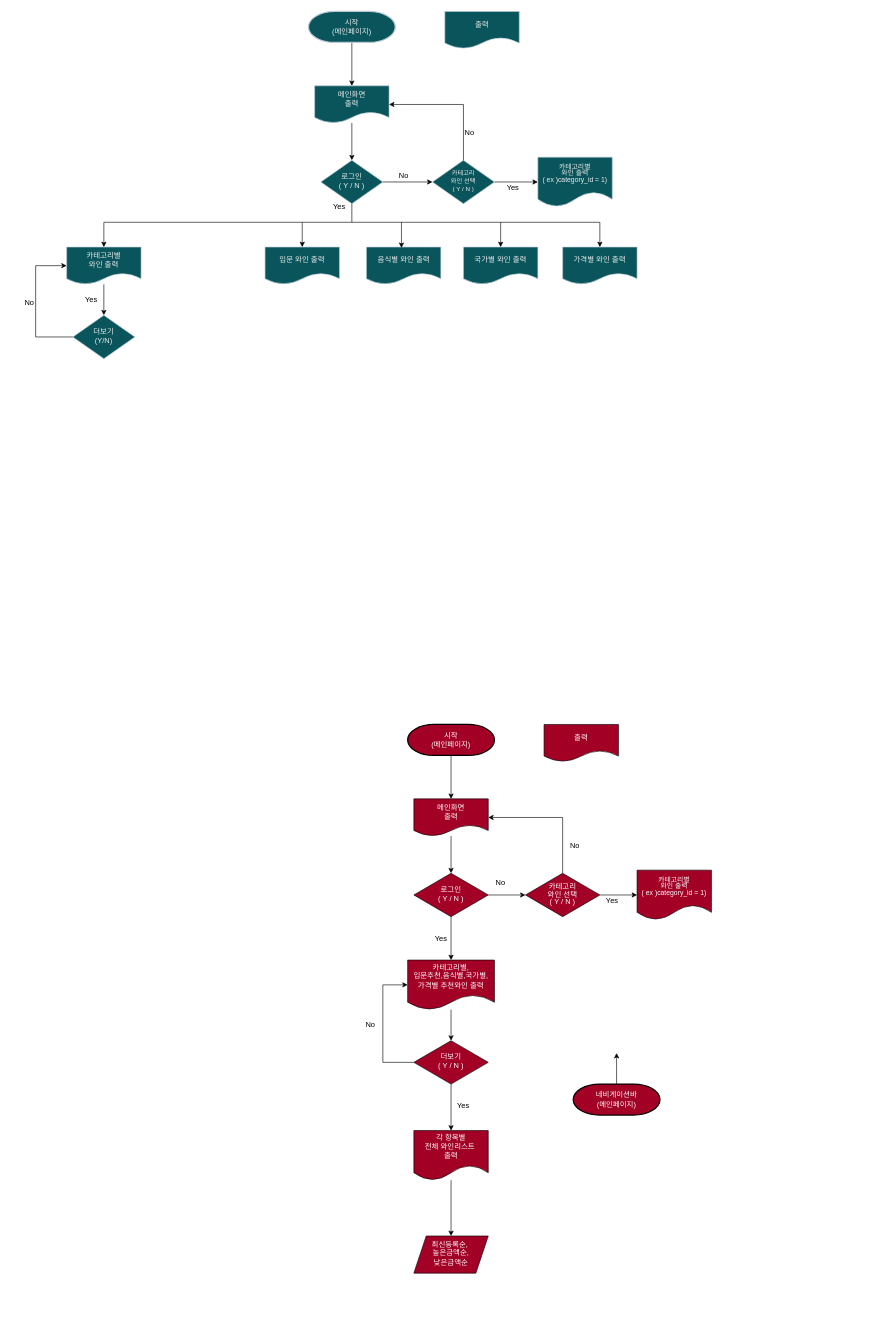
This is 제목 없는 다이어그램.drawio from JungWooojin/Winey, a draw.io file, before an edit. Source tidied: cells renumbered, new cells numbered last; positions are measured from the earlier drawing's top-left corner, leaving out a move shared by most shapes. Both pictures are drawn from the tidied source at 62%, with x=0, y=0 at pixel (11, 11).
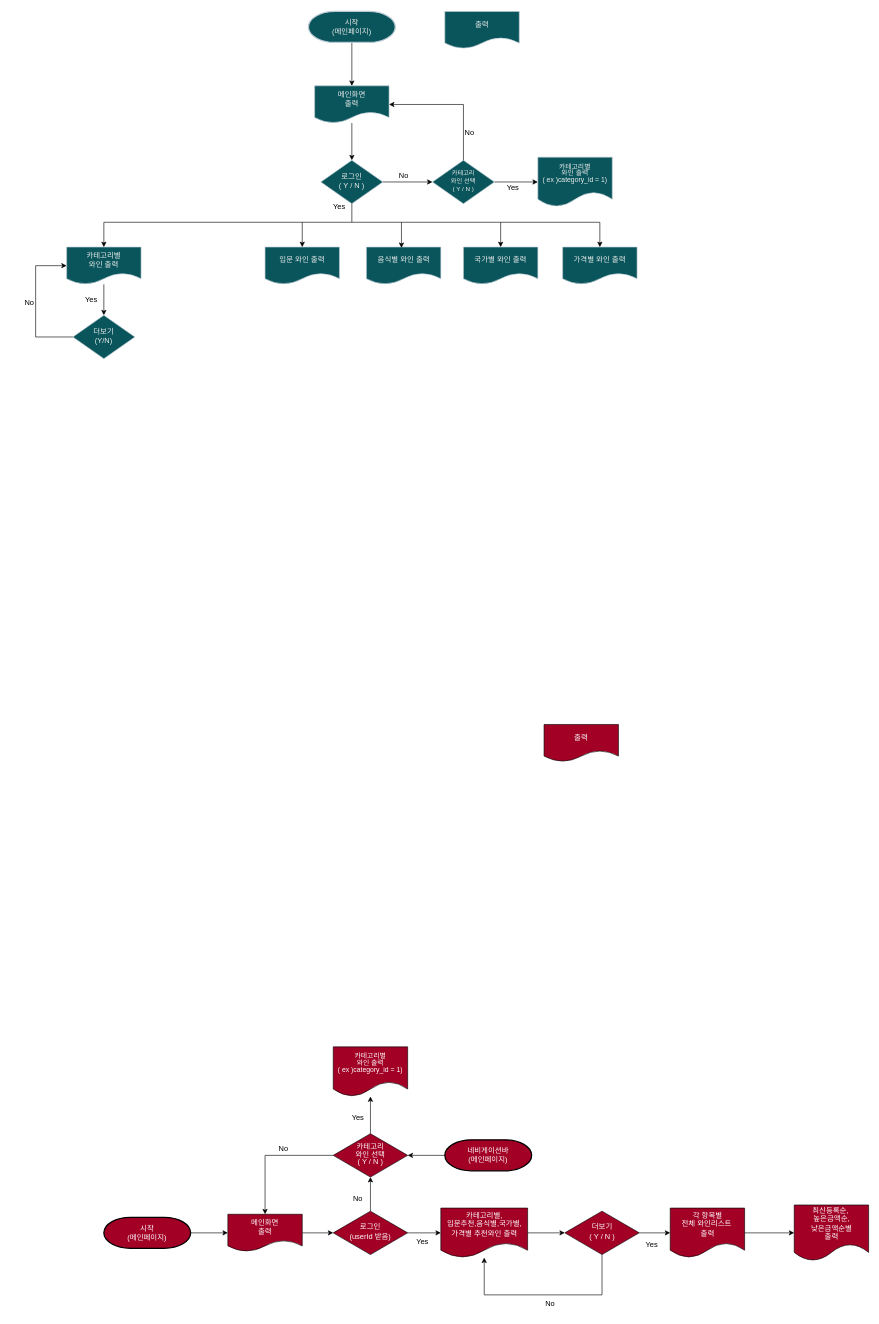
The same diagram, later.

Commit message:
제목 없는 다이어그램.drawio 업데이트

Change to the diagram source:
```diff
@@
-    <mxCell id="34" value="로그인&lt;br&gt;( Y / N )" style="rhombus;whiteSpace=wrap;html=1;shadow=0;fontFamily=Helvetica;fontSize=12;align=center;strokeWidth=1;spacing=6;spacingTop=-4;labelBackgroundColor=none;rounded=0;fillColor=#a20025;strokeColor=default;fontColor=#ffffff;" parent="1" vertex="1">
-      <mxGeometry x="650" y="1390" width="120" height="70" as="geometry" />
+    <mxCell id="34" value="로그인&lt;br&gt;(userId 받음)" style="rhombus;whiteSpace=wrap;html=1;shadow=0;fontFamily=Helvetica;fontSize=12;align=center;strokeWidth=1;spacing=6;spacingTop=-4;labelBackgroundColor=none;rounded=0;fillColor=#a20025;strokeColor=default;fontColor=#ffffff;" parent="1" vertex="1">
+      <mxGeometry x="520" y="1935" width="120" height="70" as="geometry" />
     </mxCell>
@@
     <mxCell id="36" value="시작&lt;br&gt;(메인페이지)" style="strokeWidth=2;html=1;shape=mxgraph.flowchart.terminator;whiteSpace=wrap;strokeColor=default;fillColor=#a20025;fontColor=#ffffff;" parent="1" vertex="1">
-      <mxGeometry x="640" y="1150" width="140" height="50" as="geometry" />
+      <mxGeometry x="150" y="1945" width="140" height="50" as="geometry" />
     </mxCell>
@@
     <mxCell id="39" value="&lt;p style=&quot;line-height: 100%;&quot;&gt;&lt;font style=&quot;font-size: 12px;&quot;&gt;카테고리&lt;br&gt;와인 선택&lt;br&gt;( Y / N )&lt;/font&gt;&lt;/p&gt;" style="rhombus;whiteSpace=wrap;html=1;shadow=0;fontFamily=Helvetica;fontSize=12;align=center;strokeWidth=1;spacing=6;spacingTop=-4;labelBackgroundColor=none;rounded=0;fillColor=#a20025;strokeColor=default;fontColor=#ffffff;" parent="1" vertex="1">
-      <mxGeometry x="830" y="1390" width="120" height="70" as="geometry" />
+      <mxGeometry x="520" y="1810" width="120" height="70" as="geometry" />
     </mxCell>
@@
     <mxCell id="41" value="메인화면&lt;br&gt;출력" style="shape=document;whiteSpace=wrap;html=1;boundedLbl=1;strokeColor=default;fillColor=#a20025;fontColor=#ffffff;" parent="1" vertex="1">
-      <mxGeometry x="650" y="1270" width="120" height="60" as="geometry" />
+      <mxGeometry x="350" y="1940" width="120" height="60" as="geometry" />
     </mxCell>
     <mxCell id="42" value="&lt;p style=&quot;line-height: 100%; font-size: 11px;&quot;&gt;카테고리별&lt;br&gt;와인 출력&lt;br&gt;( ex )category_id = 1)&lt;br&gt;&lt;/p&gt;" style="shape=document;whiteSpace=wrap;html=1;boundedLbl=1;fillColor=#a20025;strokeColor=default;shadow=0;strokeWidth=1;spacing=6;spacingTop=-4;labelBackgroundColor=none;rounded=0;fontColor=#ffffff;" parent="1" vertex="1">
-      <mxGeometry x="1010" y="1385" width="120" height="80" as="geometry" />
+      <mxGeometry x="520" y="1670" width="120" height="80" as="geometry" />
     </mxCell>
-    <mxCell id="43" style="endArrow=classic;html=1;rounded=0;exitX=0.5;exitY=0;exitDx=0;exitDy=0;entryX=1;entryY=0.5;entryDx=0;entryDy=0;fillColor=#a20025;strokeColor=default;" parent="1" edge="1" source="39" target="41">
+    <mxCell id="43" style="endArrow=classic;html=1;rounded=0;exitX=0;exitY=0.5;exitDx=0;exitDy=0;fillColor=#a20025;strokeColor=default;" parent="1" edge="1" source="39" target="41">
       <mxGeometry relative="1" as="geometry">
         <Array as="points">
-          <mxPoint x="890" y="1300" />
+          <mxPoint x="410" y="1845" />
         </Array>
       </mxGeometry>
     </mxCell>
     <mxCell id="44" value="&lt;font color=&quot;#000000&quot;&gt;No&lt;/font&gt;" style="text;html=1;strokeColor=none;fillColor=none;align=center;verticalAlign=middle;whiteSpace=wrap;rounded=0;fontColor=#ffffff;" parent="1" vertex="1">
-      <mxGeometry x="880" y="1330" width="60" height="30" as="geometry" />
+      <mxGeometry x="530" y="1900" width="60" height="30" as="geometry" />
     </mxCell>
     <mxCell id="45" value="Yes" style="text;html=1;strokeColor=none;fillColor=none;align=center;verticalAlign=middle;whiteSpace=wrap;rounded=0;fontColor=#000000;" parent="1" vertex="1">
-      <mxGeometry x="940" y="1420" width="60" height="30" as="geometry" />
+      <mxGeometry x="1003.5" y="1975" width="60" height="30" as="geometry" />
     </mxCell>
@@
     <mxCell id="47" value="카테고리별,&lt;br&gt;입문추천,음식별,국가별,가격별 추천와인 출력" style="shape=document;whiteSpace=wrap;html=1;boundedLbl=1;fillColor=#a20025;strokeColor=default;shadow=0;strokeWidth=1;spacing=6;spacingTop=-4;labelBackgroundColor=none;rounded=0;fontColor=#ffffff;" parent="1" vertex="1">
-      <mxGeometry x="640" y="1530" width="140" height="80" as="geometry" />
+      <mxGeometry x="693.5" y="1930" width="140" height="80" as="geometry" />
     </mxCell>
@@
     <mxCell id="49" value="더보기&lt;br&gt;( Y / N )" style="rhombus;whiteSpace=wrap;html=1;shadow=0;fontFamily=Helvetica;fontSize=12;align=center;strokeWidth=1;spacing=6;spacingTop=-4;labelBackgroundColor=none;rounded=0;fillColor=#a20025;strokeColor=default;fontColor=#ffffff;" parent="1" vertex="1">
-      <mxGeometry x="650" y="1660" width="120" height="70" as="geometry" />
+      <mxGeometry x="893.5" y="1935" width="120" height="70" as="geometry" />
     </mxCell>
-    <mxCell id="50" style="edgeStyle=orthogonalEdgeStyle;rounded=0;jettySize=auto;html=1;" parent="1" edge="1" source="51" target="59">
-      <mxGeometry relative="1" as="geometry" />
-    </mxCell>
+    <mxCell id="60" style="edgeStyle=orthogonalEdgeStyle;rounded=0;jettySize=auto;html=1;" parent="1" edge="1" source="51" target="61">
+      <mxGeometry relative="1" as="geometry" />
+    </mxCell>
     <mxCell id="51" value="각 항목별&lt;br&gt;전체 와인리스트&amp;nbsp;&lt;br&gt;출력" style="shape=document;whiteSpace=wrap;html=1;boundedLbl=1;fillColor=#a20025;strokeColor=default;shadow=0;strokeWidth=1;spacing=6;spacingTop=-4;labelBackgroundColor=none;rounded=0;fontColor=#ffffff;" parent="1" vertex="1">
-      <mxGeometry x="650" y="1805" width="120" height="80" as="geometry" />
+      <mxGeometry x="1063.5" y="1930" width="120" height="80" as="geometry" />
     </mxCell>
-    <mxCell id="52" style="endArrow=classic;html=1;rounded=0;exitX=0;exitY=0.5;exitDx=0;exitDy=0;entryX=0;entryY=0.5;entryDx=0;entryDy=0;fillColor=#a20025;strokeColor=default;" parent="1" edge="1" source="49" target="47">
+    <mxCell id="52" style="endArrow=classic;html=1;rounded=0;exitX=0.5;exitY=1;exitDx=0;exitDy=0;fillColor=#a20025;strokeColor=default;" parent="1" edge="1" source="49" target="47">
       <mxGeometry relative="1" as="geometry">
         <Array as="points">
-          <mxPoint x="600" y="1695" />
-          <mxPoint x="600" y="1570" />
+          <mxPoint x="953.5" y="2070" />
+          <mxPoint x="763.5" y="2070" />
         </Array>
       </mxGeometry>
     </mxCell>
-    <mxCell id="53" style="edgeStyle=orthogonalEdgeStyle;rounded=0;jettySize=auto;html=1;fillColor=#a20025;strokeColor=default;" parent="1" edge="1" source="54">
-      <mxGeometry relative="1" as="geometry">
-        <mxPoint x="977" y="1680" as="targetPoint" />
-      </mxGeometry>
+    <mxCell id="53" style="edgeStyle=orthogonalEdgeStyle;rounded=0;jettySize=auto;html=1;fillColor=#a20025;strokeColor=default;entryX=1;entryY=0.5;entryDx=0;entryDy=0;" parent="1" edge="1" source="54" target="39">
+      <mxGeometry relative="1" as="geometry" />
     </mxCell>
     <mxCell id="54" value="네비게이션바&lt;br&gt;(메인페이지)" style="strokeWidth=2;html=1;shape=mxgraph.flowchart.terminator;whiteSpace=wrap;strokeColor=default;fillColor=#a20025;fontColor=#ffffff;" parent="1" vertex="1">
-      <mxGeometry x="907" y="1730" width="140" height="50" as="geometry" />
+      <mxGeometry x="700" y="1820" width="140" height="50" as="geometry" />
     </mxCell>
     <mxCell id="55" value="Yes" style="text;html=1;strokeColor=none;fillColor=none;align=center;verticalAlign=middle;whiteSpace=wrap;rounded=0;fontColor=#000000;" parent="1" vertex="1">
-      <mxGeometry x="700" y="1750" width="60" height="30" as="geometry" />
+      <mxGeometry x="634" y="1970" width="60" height="30" as="geometry" />
     </mxCell>
     <mxCell id="56" value="&lt;font color=&quot;#000000&quot;&gt;No&lt;/font&gt;" style="text;html=1;strokeColor=none;fillColor=none;align=center;verticalAlign=middle;whiteSpace=wrap;rounded=0;fontColor=#ffffff;" parent="1" vertex="1">
-      <mxGeometry x="550" y="1620" width="60" height="30" as="geometry" />
+      <mxGeometry x="410" y="1820" width="60" height="30" as="geometry" />
     </mxCell>
     <mxCell id="57" value="&lt;font color=&quot;#000000&quot;&gt;No&lt;/font&gt;" style="text;html=1;strokeColor=none;fillColor=none;align=center;verticalAlign=middle;whiteSpace=wrap;rounded=0;fontColor=#ffffff;" parent="1" vertex="1">
-      <mxGeometry x="760" y="1390" width="60" height="30" as="geometry" />
+      <mxGeometry x="840" y="2070" width="60" height="30" as="geometry" />
     </mxCell>
     <mxCell id="58" value="Yes" style="text;html=1;strokeColor=none;fillColor=none;align=center;verticalAlign=middle;whiteSpace=wrap;rounded=0;fontColor=#000000;" parent="1" vertex="1">
-      <mxGeometry x="664" y="1480" width="60" height="30" as="geometry" />
+      <mxGeometry x="530" y="1770" width="60" height="30" as="geometry" />
     </mxCell>
-    <mxCell id="59" value="최신등록순,&amp;nbsp;&lt;br&gt;높은금액순,&lt;br&gt;낮은금액순" style="shape=parallelogram;perimeter=parallelogramPerimeter;whiteSpace=wrap;html=1;fixedSize=1;fillColor=#a20025;fontColor=#ffffff;shadow=0;strokeWidth=1;spacing=6;spacingTop=-4;labelBackgroundColor=none;rounded=0;" parent="1" vertex="1">
-      <mxGeometry x="650" y="1975" width="120" height="60" as="geometry" />
-    </mxCell>
+    <mxCell id="61" value="최신등록순,&amp;nbsp;&lt;br style=&quot;border-color: var(--border-color);&quot;&gt;높은금액순,&lt;br style=&quot;border-color: var(--border-color);&quot;&gt;낮은금액순별&lt;br style=&quot;border-color: var(--border-color);&quot;&gt;출력" style="shape=document;whiteSpace=wrap;html=1;boundedLbl=1;fillColor=#a20025;strokeColor=default;shadow=0;strokeWidth=1;spacing=6;spacingTop=-4;labelBackgroundColor=none;rounded=0;fontColor=#ffffff;" parent="1" vertex="1">
+      <mxGeometry x="1263.5" y="1925" width="120" height="90" as="geometry" />
+    </mxCell>
```
